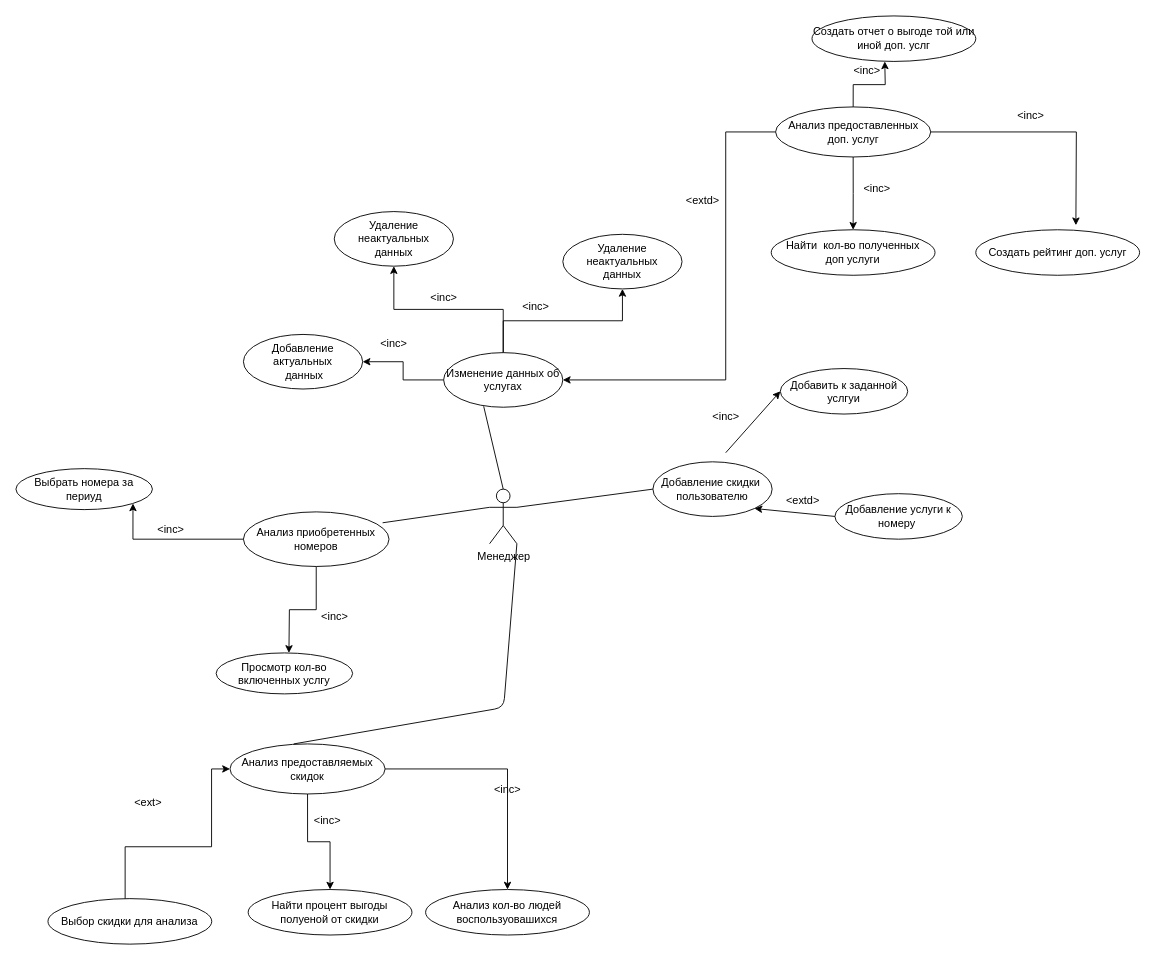
Before: page "Менедженр" (3 of 4) of IS_IS/lab1/end.drawio in Suvorovm/DB--Labs, a draw.io diagram. Source tidied: cells renumbered, new cells numbered last; positions are measured from the earlier drawing's top-left corner, leaving out a move shared by most shapes. Both pictures are drawn from the tidied source at 91%, with x=0, y=0 at pixel (15, 15).
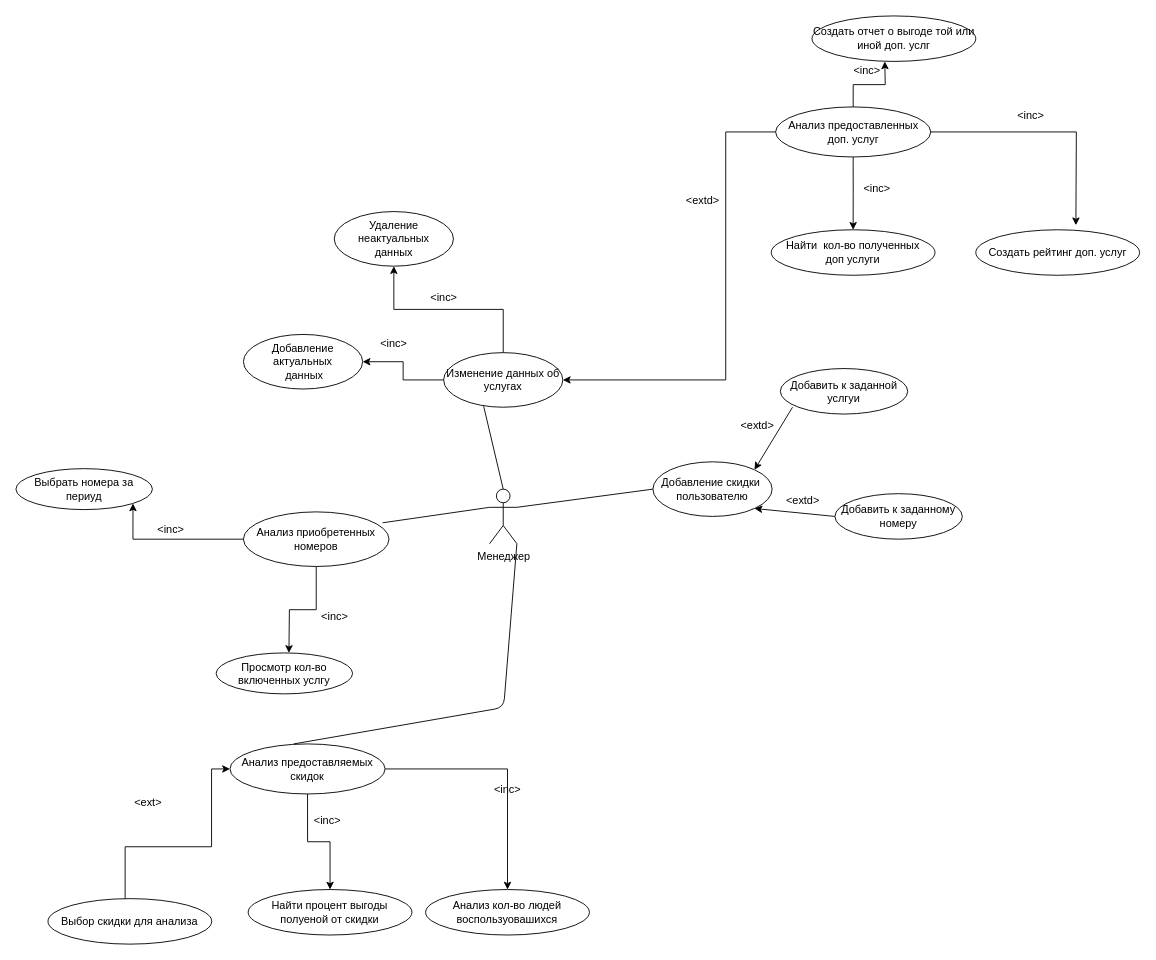
Above is the later version.

Unchanged cells that the change refers to:
```xml
<mxCell id="5" value="Изменение данных об услугах" style="ellipse;whiteSpace=wrap;html=1;" parent="1" vertex="1">
  <mxGeometry x="470" y="370" width="131" height="60" as="geometry" />
</mxCell>
<mxCell id="10" value="Добавление скидки&amp;nbsp;&lt;br&gt;пользователю" style="ellipse;whiteSpace=wrap;html=1;" parent="1" vertex="1">
  <mxGeometry x="700" y="490" width="131" height="60" as="geometry" />
</mxCell>
<mxCell id="12" value="Добавить к заданной услгуи" style="ellipse;whiteSpace=wrap;html=1;" parent="1" vertex="1">
  <mxGeometry x="840" y="387.5" width="140" height="50" as="geometry" />
</mxCell>
```

Diff of the diagram source:
```diff
@@
-    <mxCell id="3" style="edgeStyle=orthogonalEdgeStyle;rounded=0;jettySize=auto;html=1;entryX=0.5;entryY=1;entryDx=0;entryDy=0;" parent="1" edge="1" source="5" target="7">
-      <mxGeometry relative="1" as="geometry" />
-    </mxCell>
@@
-    <mxCell id="7" value="Удаление неактуальных &lt;br&gt;данных" style="ellipse;whiteSpace=wrap;html=1;" parent="1" vertex="1">
-      <mxGeometry x="601" y="240" width="131" height="60" as="geometry" />
-    </mxCell>
@@
-    <mxCell id="13" style="endArrow=classic;html=1;entryX=0;entryY=0.5;entryDx=0;entryDy=0;" parent="1" edge="1" target="12">
-      <mxGeometry relative="1" as="geometry">
-        <mxPoint x="780" y="480" as="sourcePoint" />
-      </mxGeometry>
+    <mxCell id="13" style="endArrow=classic;html=1;entryX=1;entryY=0;entryDx=0;entryDy=0;exitX=0.096;exitY=0.849;exitDx=0;exitDy=0;exitPerimeter=0;" parent="1" edge="1" source="12" target="10">
+      <mxGeometry relative="1" as="geometry" />
     </mxCell>
-    <mxCell id="14" value="&amp;lt;inc&amp;gt;" style="text;html=1;align=center;verticalAlign=middle;" parent="1" vertex="1">
-      <mxGeometry x="760" y="430" width="40" height="20" as="geometry" />
-    </mxCell>
-    <mxCell id="15" value="Добавление услуги к номеру&amp;nbsp;" style="ellipse;whiteSpace=wrap;html=1;" parent="1" vertex="1">
+    <mxCell id="15" value="Добавить к заданному&lt;br&gt;номеру" style="ellipse;whiteSpace=wrap;html=1;" parent="1" vertex="1">
       <mxGeometry x="900" y="525" width="140" height="50" as="geometry" />
     </mxCell>
@@
-    <mxCell id="48" value="&amp;lt;inc&amp;gt;" style="text;html=1;align=center;verticalAlign=middle;" parent="1" vertex="1">
-      <mxGeometry x="550.5" y="310" width="40" height="20" as="geometry" />
-    </mxCell>
@@
+    <mxCell id="53" value="&amp;lt;extd&amp;gt;" style="text;html=1;strokeColor=none;fillColor=none;align=center;verticalAlign=middle;whiteSpace=wrap;rounded=0;" parent="1" vertex="1">
+      <mxGeometry x="800" y="437.5" width="30" height="25" as="geometry" />
+    </mxCell>
```
